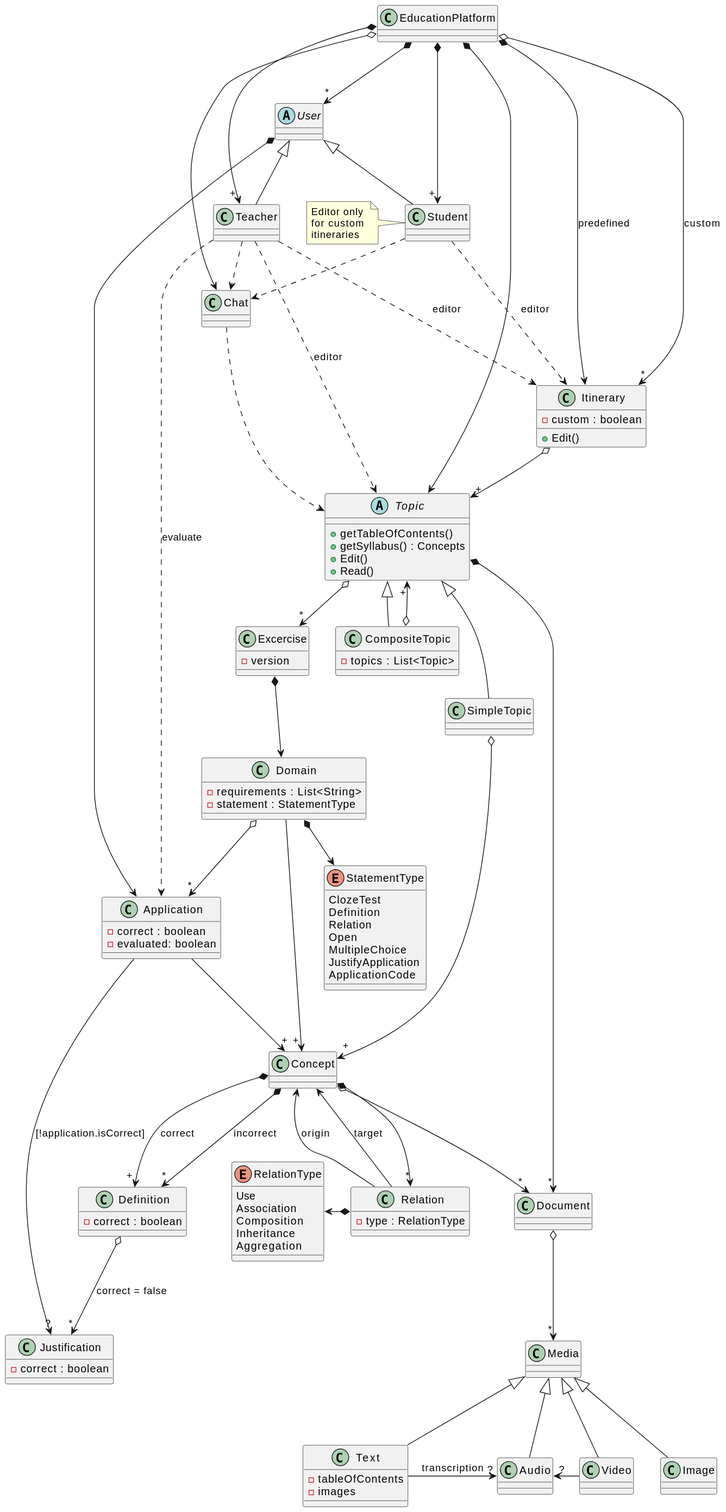
Earlier version of the PlantUML export out/Diagrams/EducationPlatform/Domain/EducationPlatformDomain.svg (jumpering/lab-turing).
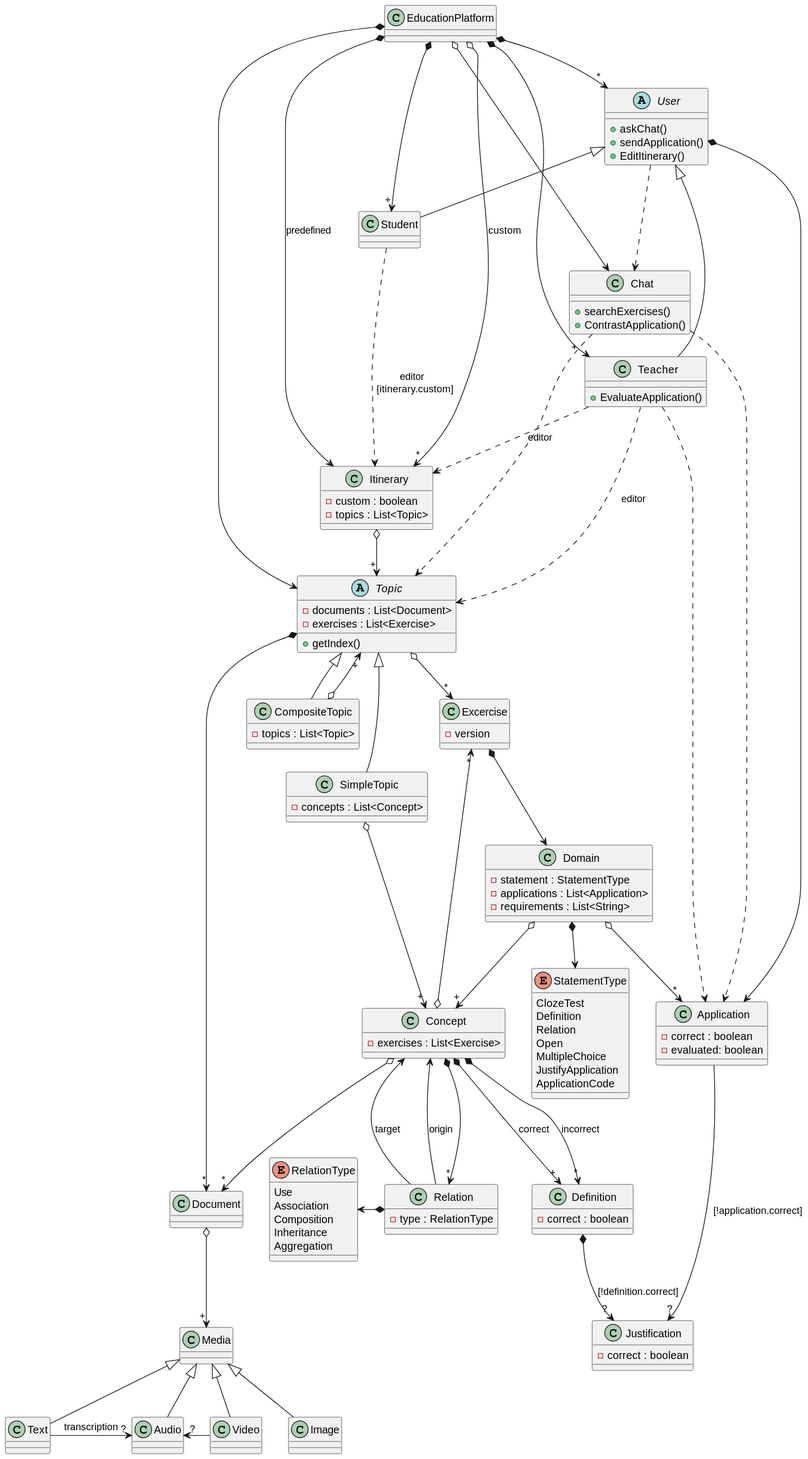
Later version of the same file.

Commit message:
some changes to the previous domain model

What changed in the source:
```diff
@@ -1,43 +1,75 @@
 @startuml
-class Itinerary {
-    - custom : boolean
-    + Edit()
-}
-
-abstract Topic{
-    + getTableOfContents()
-    + getSyllabus() : Concepts
-    + Edit()
-    + Read()
-}
-
-Topic *--> "*" Document
+EducationPlatform *--> "+" Teacher
+EducationPlatform *--> "+" Student
+EducationPlatform *--> Topic
+EducationPlatform *--> Itinerary : predefined
+EducationPlatform o--> "*" Itinerary : custom
+EducationPlatform o--> Chat
+EducationPlatform *--> "*" User
 
 
 
-class SimpleTopic{
+
+class Chat{
+    + searchExercises()
+    + ContrastApplication()
 }
+Chat ..> Topic
+Chat ..> Application
 
-class CompositeTopic{
+
+
+
+
+class Itinerary {
+    - custom : boolean
     - topics : List<Topic>
 }
+Itinerary o--> "+" Topic
 
-class Excercise {
-    - version
-}
 
-class Domain {
-    - requirements : List<String>
-}
+
+
 
 class Application {
     - correct : boolean
     - evaluated: boolean
 }
+Application --> "?" Justification:[!application.correct]
+
+
+
+
+
+class Definition {
+    - correct : boolean
+}
+Definition *--> "?" Justification:[!definition.correct]
+
+
+
+
+
+class Justification {
+    - correct : boolean
+}
+
+
+
+
 
 class Domain {
     - statement : StatementType
+    - applications : List<Application>
+    - requirements : List<String>
 }
+Domain o-->"+" Concept
+Domain o-->"*" Application
+Domain *--> StatementType
+
+
+
+
 
 enum StatementType {
     ClozeTest
@@ -49,90 +81,109 @@
     ApplicationCode
 }
 
-class Text {
-    - tableOfContents
-    - images
-}
-
-class Concept {
-}
-
-class Definition {
-    - correct : boolean
-}
-
-class Justification {
-    - correct : boolean
-}
-
-class Document{
-
-}
-
-class Media {
-
-}
-
-EducationPlatform *--> "*" User
-
-abstract User{}
-
-User <|-- Teacher
-User <|-- Student
-
-EducationPlatform *--> "+" Teacher
-EducationPlatform *--> "+" Student
-EducationPlatform *--> Topic
-EducationPlatform *--> Itinerary : predefined
-EducationPlatform o--> "*" Itinerary : custom
-EducationPlatform o--> Chat
-Chat ..> Topic
-
-Teacher ..> Chat
-Student ..> Chat
-
-Teacher ..> Application :evaluate
-User *--> Application
-
-Excercise *--> Domain
-
-Application -->"+" Concept
-
-Application --> "?" Justification : [!application.isCorrect]
-
-Domain -->"+" Concept
-Domain o-->"*" Application
-
-Domain *--> StatementType
-
-
-Teacher ..> Topic : editor
-Teacher ..> Itinerary : editor
-Student ...> Itinerary : editor
-note left of Student
-    Editor only
-    for custom
-    itineraries
-    end note
 
 
 
 
+abstract User{
+    + askChat()
+    + sendApplication()
+    + EditItinerary()
+}
+User <|-- Teacher
+User <|-- Student
+User *--> Application
+User ..> Chat
+
+
+
+
+class Teacher{
+    + EvaluateApplication()
+}
+Teacher ..> Application
+Teacher ..> Topic: editor
+Teacher ..> Itinerary: editor
+
+
+
+
+class Student{
+}
+Student ...> Itinerary : editor \n [itinerary.custom]
+
+
+
+
+
+class Excercise {
+    - version
+}
+Excercise *--> Domain
+
+
+
+
+
+abstract Topic{
+    - documents : List<Document>
+    - exercises : List<Exercise>
+    + getIndex()
+}
+Topic *--> "*" Document
 Topic <|-- CompositeTopic
 Topic <|-- SimpleTopic
+Topic o--> "*" Excercise
+
+
+
+
+class SimpleTopic{
+    - concepts : List<Concept>
+}
+SimpleTopic o--> "+" Concept
+
+
+
+
+
+class CompositeTopic{
+    - topics : List<Topic>
+}
 CompositeTopic o--> "+" Topic
 
 
-Itinerary o--> "+" Topic
 
 
-SimpleTopic o--> "+" Concept
-Document o--> "*" Media
-Concept *--> "+" Definition : correct
-Concept *--> "*" Definition : incorrect
+
+Document o--> "+" Media
+
+
+
+
+class Concept{
+    - exercises : List<Exercise>
+}
+Concept *-down-> "+" Definition : correct
+Concept *-down-> "*" Definition : incorrect
+Concept *-down-> "*" Relation
+Concept o-down-> "*" Document
+Concept o-down-> "*" Excercise
+
+
+
+
+
+class Relation {
+    - type : RelationType
+}
+Relation --> Concept : target
 Relation *-left-> RelationType
-Concept *--> "*" Relation
 Relation --> Concept : origin
+
+
+
+
 
 enum RelationType {
     Use
@@ -142,26 +193,21 @@
     Aggregation
 }
 
-class Relation {
-    - type : RelationType
-}
-
-
-Relation --> Concept : target
-Definition o-->"*" Justification :correct = false
 
 
 
+
+class Media {
+}
 Media <|-- Audio
 Media <|-- Video
-Video -left-> "?" Audio
-
 Media <|-- Image
 Media <|-- Text
 
+
+
+
+
+Video -left-> "?" Audio
 Text -right-> "?" Audio : transcription
-
-Concept o--> "*" Document
-
-Topic o--> "*" Excercise
 @enduml
```
